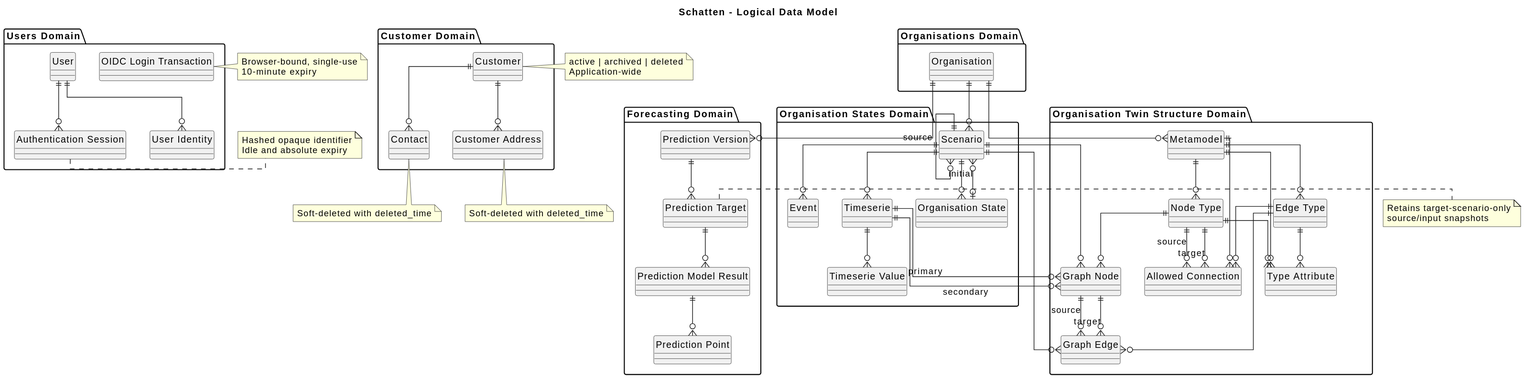
This is docs/diagrams/generated/data-logical-model.svg from lupaus-eu/shadow, a PlantUML export, as it was before one commit.
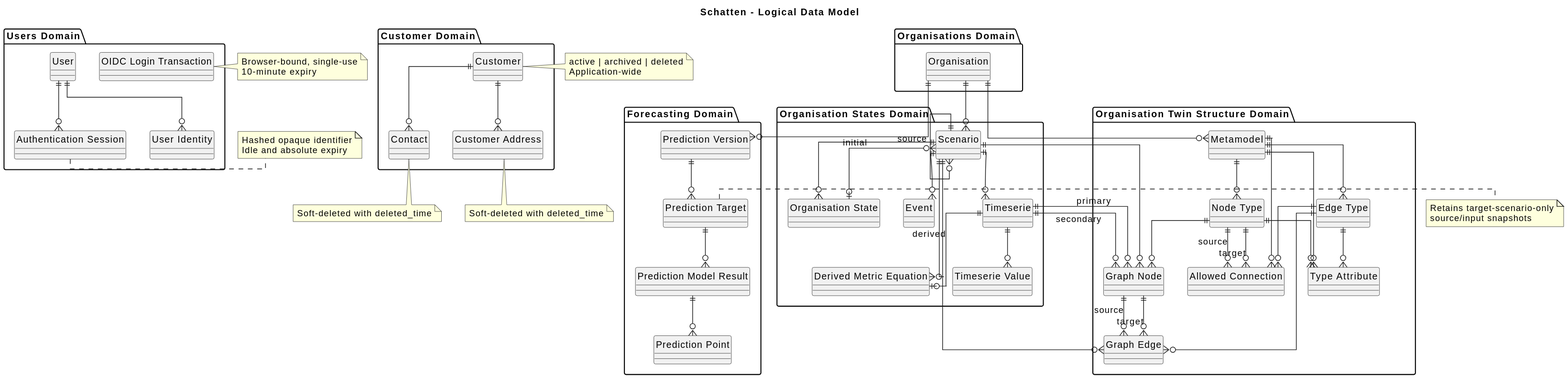
The same diagram one commit later.

Diff of the diagram source:
```diff
@@ -22,6 +22,7 @@
   entity "Event" as event
   entity "Timeserie" as timeserie
   entity "Timeserie Value" as timeserie_value
+  entity "Derived Metric Equation" as derived_metric_equation
 }
 
 package "Organisation Twin Structure Domain" {
@@ -70,6 +71,8 @@
 graph_node ||--o{ graph_edge : source
 graph_node ||--o{ graph_edge : target
 timeserie ||--o{ timeserie_value
+scenario ||--o{ derived_metric_equation
+timeserie ||--o| derived_metric_equation : derived
 organisation ||--o{ prediction_version
 prediction_version ||--o{ prediction_target
 prediction_target ||--o{ prediction_model_result
```
